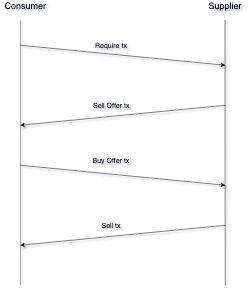
The draw.io diagram docs/images/sequence-diagram.png in anuragjha/powerflow, before a commit. Source tidied: cells renumbered, new cells last; positions are measured from the earlier drawing's top-left corner, leaving out a move shared by most shapes.
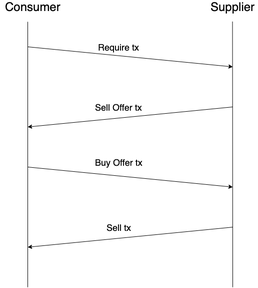
Later version of the same file.

Diff of the diagram source:
```diff
@@ -4,57 +4,57 @@
     <mxCell id="1" parent="0" />
     <mxCell id="2" style="endArrow=none;html=1;shadow=0;" parent="1" edge="1">
       <mxGeometry relative="1" as="geometry">
-        <mxPoint x="40" y="570" as="sourcePoint" />
-        <mxPoint x="40" y="40" as="targetPoint" />
+        <mxPoint x="50" y="570" as="sourcePoint" />
+        <mxPoint x="50" y="40" as="targetPoint" />
       </mxGeometry>
     </mxCell>
     <mxCell id="3" style="endArrow=none;html=1;" parent="1" edge="1">
       <mxGeometry relative="1" as="geometry">
-        <mxPoint x="450" y="570" as="sourcePoint" />
-        <mxPoint x="449.5" y="40" as="targetPoint" />
+        <mxPoint x="460" y="570" as="sourcePoint" />
+        <mxPoint x="459.5" y="40" as="targetPoint" />
       </mxGeometry>
     </mxCell>
-    <mxCell id="4" value="&lt;font style=&quot;font-size: 18px&quot;&gt;Consumer&lt;/font&gt;" style="text;html=1;align=center;verticalAlign=middle;" parent="1" vertex="1">
-      <mxGeometry width="100" height="20" as="geometry" />
+    <mxCell id="4" value="&lt;font style=&quot;font-size: 24px&quot;&gt;Consumer&lt;/font&gt;" style="text;html=1;align=center;verticalAlign=middle;" parent="1" vertex="1">
+      <mxGeometry x="-5" width="130" height="20" as="geometry" />
     </mxCell>
-    <mxCell id="5" value="&lt;font style=&quot;font-size: 18px&quot;&gt;Supplier&lt;/font&gt;" style="text;html=1;align=center;verticalAlign=middle;" parent="1" vertex="1">
-      <mxGeometry x="410" width="80" height="20" as="geometry" />
+    <mxCell id="5" value="&lt;font style=&quot;font-size: 24px&quot;&gt;Supplier&lt;/font&gt;" style="text;html=1;align=center;verticalAlign=middle;" parent="1" vertex="1">
+      <mxGeometry x="410" width="100" height="20" as="geometry" />
     </mxCell>
     <mxCell id="6" style="endArrow=classic;html=1;" parent="1" edge="1">
       <mxGeometry relative="1" as="geometry">
-        <mxPoint x="40" y="90" as="sourcePoint" />
-        <mxPoint x="450" y="130" as="targetPoint" />
+        <mxPoint x="50" y="90" as="sourcePoint" />
+        <mxPoint x="460" y="130" as="targetPoint" />
       </mxGeometry>
     </mxCell>
-    <mxCell id="7" value="&lt;font style=&quot;font-size: 14px&quot;&gt;Require tx&lt;/font&gt;" style="text;html=1;align=center;verticalAlign=middle;" parent="1" vertex="1">
-      <mxGeometry x="182" y="80" width="80" height="20" as="geometry" />
+    <mxCell id="7" value="&lt;font style=&quot;font-size: 18px&quot;&gt;Require tx&lt;/font&gt;" style="text;html=1;align=center;verticalAlign=middle;" parent="1" vertex="1">
+      <mxGeometry x="182" y="80" width="100" height="20" as="geometry" />
     </mxCell>
     <mxCell id="8" style="endArrow=classic;html=1;" parent="1" edge="1">
       <mxGeometry relative="1" as="geometry">
-        <mxPoint x="450" y="210" as="sourcePoint" />
-        <mxPoint x="40" y="250" as="targetPoint" />
+        <mxPoint x="460" y="210" as="sourcePoint" />
+        <mxPoint x="50" y="250" as="targetPoint" />
       </mxGeometry>
     </mxCell>
-    <mxCell id="9" value="&lt;font style=&quot;font-size: 14px&quot;&gt;Sell Offer tx&lt;/font&gt;" style="text;html=1;align=center;verticalAlign=middle;" parent="1" vertex="1">
-      <mxGeometry x="177" y="200" width="90" height="20" as="geometry" />
+    <mxCell id="9" value="&lt;font style=&quot;font-size: 18px&quot;&gt;Sell Offer tx&lt;/font&gt;" style="text;html=1;align=center;verticalAlign=middle;" parent="1" vertex="1">
+      <mxGeometry x="177" y="200" width="110" height="20" as="geometry" />
     </mxCell>
     <mxCell id="10" style="endArrow=classic;html=1;" parent="1" edge="1">
       <mxGeometry relative="1" as="geometry">
-        <mxPoint x="40" y="330" as="sourcePoint" />
-        <mxPoint x="450" y="370" as="targetPoint" />
+        <mxPoint x="50" y="330" as="sourcePoint" />
+        <mxPoint x="460" y="370" as="targetPoint" />
       </mxGeometry>
     </mxCell>
-    <mxCell id="11" value="&lt;font style=&quot;font-size: 14px&quot;&gt;Buy Offer tx&lt;/font&gt;" style="text;html=1;align=center;verticalAlign=middle;" parent="1" vertex="1">
-      <mxGeometry x="177" y="310" width="90" height="20" as="geometry" />
+    <mxCell id="11" value="&lt;font style=&quot;font-size: 18px&quot;&gt;Buy Offer tx&lt;/font&gt;" style="text;html=1;align=center;verticalAlign=middle;" parent="1" vertex="1">
+      <mxGeometry x="177" y="310" width="110" height="20" as="geometry" />
     </mxCell>
     <mxCell id="12" style="endArrow=classic;html=1;" parent="1" edge="1">
       <mxGeometry relative="1" as="geometry">
-        <mxPoint x="450" y="450" as="sourcePoint" />
-        <mxPoint x="40" y="490" as="targetPoint" />
+        <mxPoint x="460" y="450" as="sourcePoint" />
+        <mxPoint x="50" y="490" as="targetPoint" />
       </mxGeometry>
     </mxCell>
-    <mxCell id="13" value="&lt;font style=&quot;font-size: 14px&quot;&gt;Sell tx&lt;/font&gt;" style="text;html=1;align=center;verticalAlign=middle;" parent="1" vertex="1">
-      <mxGeometry x="197" y="440" width="50" height="20" as="geometry" />
+    <mxCell id="13" value="&lt;font style=&quot;font-size: 18px&quot;&gt;Sell tx&lt;/font&gt;" style="text;html=1;align=center;verticalAlign=middle;" parent="1" vertex="1">
+      <mxGeometry x="202" y="440" width="60" height="20" as="geometry" />
     </mxCell>
   </root>
 </mxGraphModel>
```
